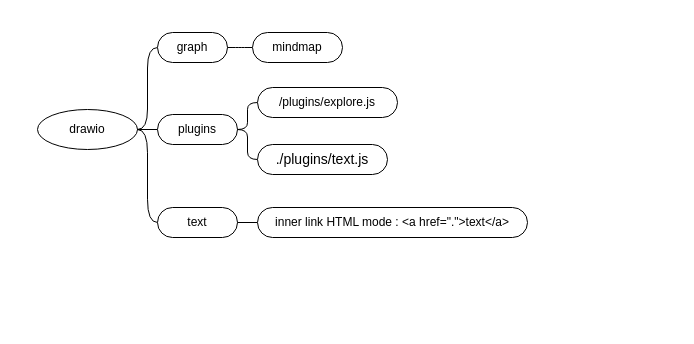
The draw.io diagram page "draw" (1 of 5) of editor/drawio/drawio.drawio in yangdj/tf_docs, before the edit. Source tidied: cells renumbered, new cells numbered last; positions are measured from the earlier drawing's top-left corner, leaving out a move shared by most shapes. Both pictures are drawn from the tidied source at 100%, with x=0, y=0 at pixel (17, 17).
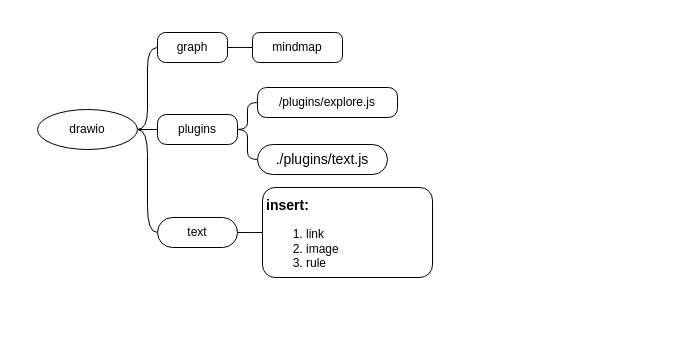
The same page after the edit.

The edit, as a diff of the source:
```diff
@@
 <mxGraphModel>
   <root>
     <mxCell id="0" />
     <mxCell id="1" parent="0" />
     <mxCell id="2" style="swimlane;html=1;startSize=20;horizontal=1;containerType=tree;fillColor=none;strokeColor=none;" parent="1" vertex="1">
       <mxGeometry width="660" height="310" as="geometry" />
     </mxCell>
     <mxCell id="3" style="edgeStyle=entityRelationEdgeStyle;startArrow=none;endArrow=none;segment=10;curved=1;" parent="2" edge="1" source="4" target="5">
       <mxGeometry relative="1" as="geometry" />
     </mxCell>
     <mxCell id="4" value="drawio" style="ellipse;whiteSpace=wrap;html=1;align=center;" parent="2" vertex="1">
       <mxGeometry x="20" y="92" width="100" height="40" as="geometry" />
     </mxCell>
-    <mxCell id="5" value="graph" style="whiteSpace=wrap;html=1;rounded=1;arcSize=50;align=center;verticalAlign=middle;strokeWidth=1;spacing=4;" parent="2" vertex="1">
+    <mxCell id="5" value="graph" style="whiteSpace=wrap;html=1;rounded=1;arcSize=27;align=center;verticalAlign=middle;strokeWidth=1;spacing=4;" parent="2" vertex="1">
       <mxGeometry x="140" y="15" width="70" height="30" as="geometry" />
     </mxCell>
     <mxCell id="6" style="edgeStyle=entityRelationEdgeStyle;startArrow=none;endArrow=none;segment=10;curved=1;" parent="2" edge="1" source="5" target="7">
       <mxGeometry relative="1" as="geometry" />
     </mxCell>
-    <mxCell id="7" value="mindmap" style="whiteSpace=wrap;html=1;rounded=1;arcSize=50;align=center;verticalAlign=middle;strokeWidth=1;spacing=4;" parent="2" vertex="1">
+    <mxCell id="7" value="mindmap" style="whiteSpace=wrap;html=1;rounded=1;arcSize=23;align=center;verticalAlign=middle;strokeWidth=1;spacing=4;" parent="2" vertex="1">
       <mxGeometry x="235" y="15" width="90" height="30" as="geometry" />
     </mxCell>
     <mxCell id="8" style="edgeStyle=entityRelationEdgeStyle;startArrow=none;endArrow=none;segment=10;curved=1;" parent="2" edge="1" source="4" target="9">
       <mxGeometry relative="1" as="geometry" />
     </mxCell>
-    <mxCell id="9" value="plugins" style="whiteSpace=wrap;html=1;rounded=1;arcSize=50;align=center;verticalAlign=middle;strokeWidth=1;spacing=4;" parent="2" vertex="1">
+    <mxCell id="9" value="plugins" style="whiteSpace=wrap;html=1;rounded=1;arcSize=30;align=center;verticalAlign=middle;strokeWidth=1;spacing=4;" parent="2" vertex="1">
       <mxGeometry x="140" y="97" width="80" height="30" as="geometry" />
     </mxCell>
     <mxCell id="10" style="edgeStyle=entityRelationEdgeStyle;startArrow=none;endArrow=none;segment=10;curved=1;" parent="2" edge="1" source="9" target="11">
       <mxGeometry relative="1" as="geometry" />
     </mxCell>
-    <mxCell id="11" value="/plugins/explore.js" style="whiteSpace=wrap;html=1;rounded=1;arcSize=50;align=center;verticalAlign=middle;strokeWidth=1;spacing=4;" parent="2" vertex="1">
+    <mxCell id="11" value="/plugins/explore.js" style="whiteSpace=wrap;html=1;rounded=1;arcSize=30;align=center;verticalAlign=middle;strokeWidth=1;spacing=4;" parent="2" vertex="1">
       <mxGeometry x="240" y="70" width="140" height="30" as="geometry" />
     </mxCell>
     <mxCell id="12" style="edgeStyle=entityRelationEdgeStyle;startArrow=none;endArrow=none;segment=10;curved=1;" parent="2" edge="1" source="9" target="13">
       <mxGeometry relative="1" as="geometry" />
     </mxCell>
-    <mxCell id="13" value="&lt;span style=&quot;font-family: &amp;#34;helvetica&amp;#34; , &amp;#34;arial&amp;#34; , sans-serif ; font-size: 14px ; white-space: nowrap ; background-color: rgb(255 , 255 , 255)&quot;&gt;./plugins/text.js&lt;/span&gt;" style="whiteSpace=wrap;html=1;rounded=1;arcSize=50;align=center;verticalAlign=middle;strokeWidth=1;spacing=4;" parent="2" vertex="1">
+    <mxCell id="13" value="&lt;span style=&quot;font-family: helvetica, arial, sans-serif; font-size: 14px; white-space: nowrap;&quot;&gt;./plugins/text.js&lt;/span&gt;" style="whiteSpace=wrap;html=1;rounded=1;arcSize=50;align=center;verticalAlign=middle;strokeWidth=1;spacing=4;labelBackgroundColor=none;" parent="2" vertex="1">
       <mxGeometry x="240" y="127" width="130" height="30" as="geometry" />
     </mxCell>
     <mxCell id="14" style="edgeStyle=entityRelationEdgeStyle;startArrow=none;endArrow=none;segment=10;curved=1;" parent="2" edge="1" source="4" target="15">
       <mxGeometry relative="1" as="geometry" />
     </mxCell>
     <mxCell id="15" value="text" style="whiteSpace=wrap;html=1;rounded=1;arcSize=50;align=center;verticalAlign=middle;strokeWidth=1;spacing=4;" parent="2" vertex="1">
-      <mxGeometry x="140" y="190" width="80" height="30" as="geometry" />
+      <mxGeometry x="140" y="200" width="80" height="30" as="geometry" />
     </mxCell>
     <mxCell id="16" style="edgeStyle=entityRelationEdgeStyle;startArrow=none;endArrow=none;segment=10;curved=1;" parent="2" edge="1" source="15" target="17">
       <mxGeometry relative="1" as="geometry" />
     </mxCell>
-    <mxCell id="17" value="inner link HTML mode : &amp;lt;a href=&quot;.&quot;&amp;gt;text&amp;lt;/a&amp;gt;" style="whiteSpace=wrap;html=1;rounded=1;arcSize=50;align=center;verticalAlign=middle;strokeWidth=1;spacing=4;" parent="2" vertex="1">
-      <mxGeometry x="240" y="190" width="270" height="30" as="geometry" />
+    <mxCell id="17" value="&lt;h3&gt;insert:&lt;/h3&gt;&lt;ol&gt;&lt;li&gt;link&lt;/li&gt;&lt;li&gt;image&lt;/li&gt;&lt;li&gt;rule&lt;/li&gt;&lt;/ol&gt;" style="whiteSpace=wrap;html=1;rounded=1;arcSize=14;align=left;verticalAlign=middle;strokeWidth=1;spacing=4;" parent="2" vertex="1">
+      <mxGeometry x="245" y="170" width="170" height="90" as="geometry" />
     </mxCell>
   </root>
 </mxGraphModel>
```
